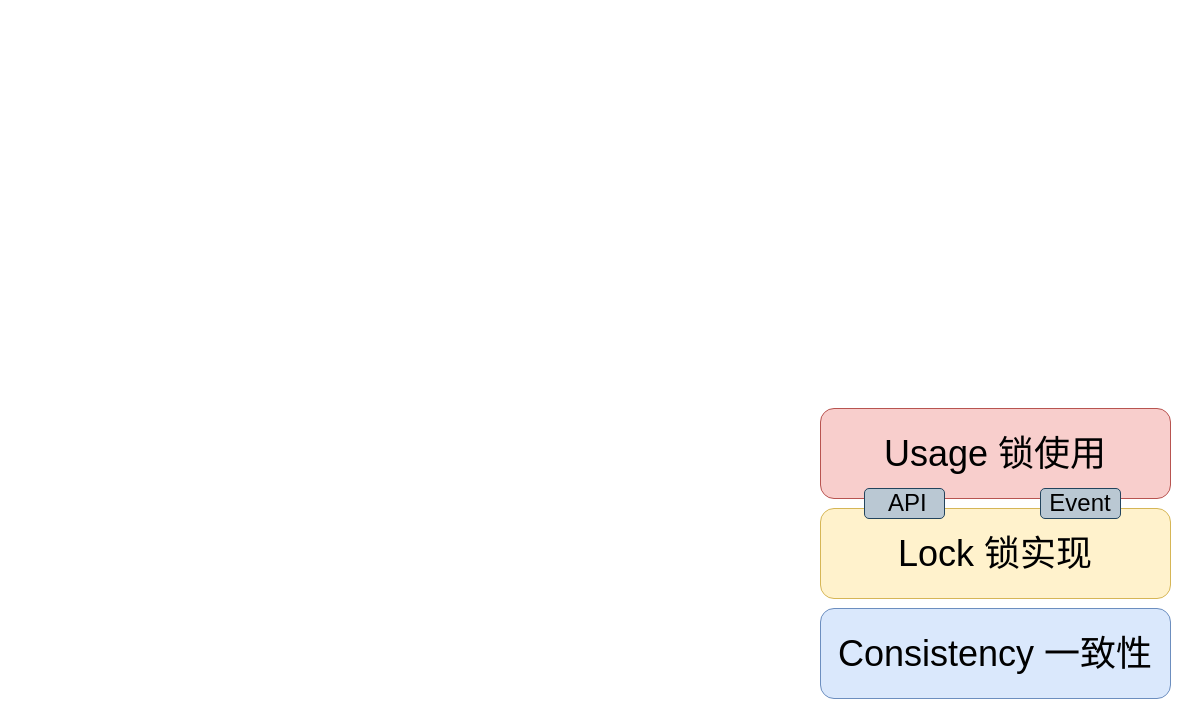
The draw.io diagram tmp/test.drawio in Eric-Blank/Intern, before the edit. Source tidied: cells renumbered, new cells numbered last; positions are measured from the earlier drawing's top-left corner, leaving out a move shared by most shapes. Both pictures are drawn from the tidied source at 100%, with x=0, y=0 at pixel (820, 408).
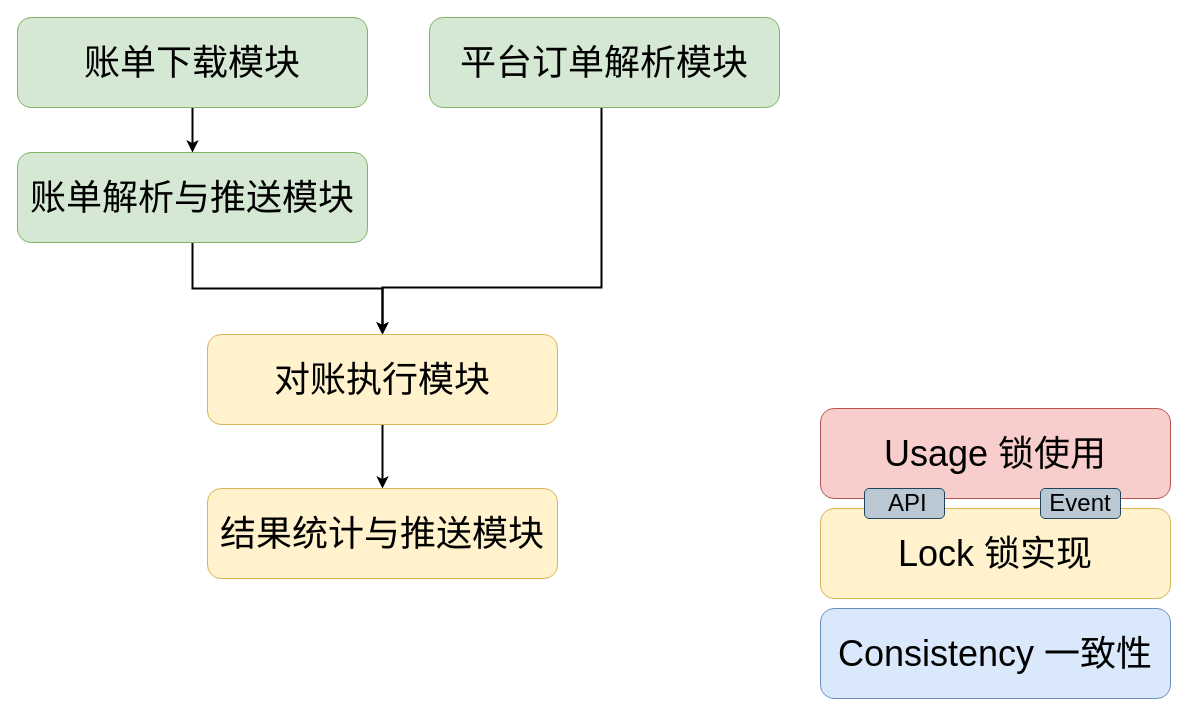
After the change.

Change to the diagram source:
```diff
@@
 <mxGraphModel>
   <root>
     <mxCell id="0" />
     <mxCell id="1" parent="0" />
     <mxCell id="2" value="&lt;font style=&quot;font-size: 36px;&quot;&gt;Consistency 一致性&lt;/font&gt;" style="rounded=1;whiteSpace=wrap;html=1;fillColor=#dae8fc;strokeColor=#6c8ebf;" parent="1" vertex="1">
       <mxGeometry y="200" width="350" height="90" as="geometry" />
     </mxCell>
     <mxCell id="3" value="&lt;font style=&quot;font-size: 36px;&quot;&gt;Lock 锁实现&lt;/font&gt;" style="rounded=1;whiteSpace=wrap;html=1;fillColor=#fff2cc;strokeColor=#d6b656;" parent="1" vertex="1">
       <mxGeometry y="100" width="350" height="90" as="geometry" />
     </mxCell>
     <mxCell id="4" value="&lt;span style=&quot;font-size: 36px;&quot;&gt;Usage 锁使用&lt;/span&gt;" style="rounded=1;whiteSpace=wrap;html=1;fillColor=#f8cecc;strokeColor=#b85450;" parent="1" vertex="1">
       <mxGeometry width="350" height="90" as="geometry" />
     </mxCell>
     <mxCell id="5" value="&lt;font style=&quot;font-size: 24px;&quot;&gt;&amp;nbsp;API&lt;/font&gt;" style="rounded=1;whiteSpace=wrap;html=1;fillColor=#bac8d3;strokeColor=#23445d;align=center;" parent="1" vertex="1">
       <mxGeometry x="44" y="80" width="80" height="30" as="geometry" />
     </mxCell>
     <mxCell id="6" value="&lt;font style=&quot;font-size: 24px;&quot;&gt;Event&lt;/font&gt;" style="rounded=1;whiteSpace=wrap;html=1;fillColor=#bac8d3;strokeColor=#23445d;align=center;" parent="1" vertex="1">
       <mxGeometry x="220" y="80" width="80" height="30" as="geometry" />
     </mxCell>
+    <mxCell id="7" style="edgeStyle=orthogonalEdgeStyle;rounded=0;jettySize=auto;html=1;entryX=0.5;entryY=0;entryDx=0;entryDy=0;jumpSize=10;strokeWidth=2;" parent="1" edge="1" source="8" target="12">
+      <mxGeometry relative="1" as="geometry" />
+    </mxCell>
+    <mxCell id="8" value="&lt;span style=&quot;font-size: 36px;&quot;&gt;账单下载模块&lt;/span&gt;" style="rounded=1;whiteSpace=wrap;html=1;fillColor=#d5e8d4;strokeColor=#82b366;" parent="1" vertex="1">
+      <mxGeometry x="-803" y="-391" width="350" height="90" as="geometry" />
+    </mxCell>
+    <mxCell id="9" style="edgeStyle=orthogonalEdgeStyle;rounded=0;jettySize=auto;html=1;entryX=0.5;entryY=0;entryDx=0;entryDy=0;strokeWidth=2;" parent="1" edge="1" source="10" target="14">
+      <mxGeometry relative="1" as="geometry">
+        <Array as="points">
+          <mxPoint x="-219" y="-121" />
+          <mxPoint x="-438" y="-121" />
+        </Array>
+      </mxGeometry>
+    </mxCell>
+    <mxCell id="10" value="&lt;span style=&quot;font-size: 36px;&quot;&gt;平台订单解析模块&lt;/span&gt;" style="rounded=1;whiteSpace=wrap;html=1;fillColor=#d5e8d4;strokeColor=#82b366;" parent="1" vertex="1">
+      <mxGeometry x="-391" y="-391" width="350" height="90" as="geometry" />
+    </mxCell>
+    <mxCell id="11" style="edgeStyle=orthogonalEdgeStyle;rounded=0;jettySize=auto;html=1;strokeWidth=2;" parent="1" edge="1" source="12" target="14">
+      <mxGeometry relative="1" as="geometry" />
+    </mxCell>
+    <mxCell id="12" value="&lt;span style=&quot;font-size: 36px;&quot;&gt;账单解析与推送模块&lt;/span&gt;" style="rounded=1;whiteSpace=wrap;html=1;fillColor=#d5e8d4;strokeColor=#82b366;" parent="1" vertex="1">
+      <mxGeometry x="-803" y="-256" width="350" height="90" as="geometry" />
+    </mxCell>
+    <mxCell id="13" style="edgeStyle=orthogonalEdgeStyle;rounded=0;jettySize=auto;html=1;entryX=0.5;entryY=0;entryDx=0;entryDy=0;strokeWidth=2;" parent="1" edge="1" source="14" target="15">
+      <mxGeometry relative="1" as="geometry" />
+    </mxCell>
+    <mxCell id="14" value="&lt;font style=&quot;font-size: 36px;&quot;&gt;对账执行模块&lt;/font&gt;" style="rounded=1;whiteSpace=wrap;html=1;fillColor=#fff2cc;strokeColor=#d6b656;" parent="1" vertex="1">
+      <mxGeometry x="-613" y="-74" width="350" height="90" as="geometry" />
+    </mxCell>
+    <mxCell id="15" value="&lt;font style=&quot;font-size: 36px;&quot;&gt;结果统计与推送模块&lt;/font&gt;" style="rounded=1;whiteSpace=wrap;html=1;fillColor=#fff2cc;strokeColor=#d6b656;" parent="1" vertex="1">
+      <mxGeometry x="-613" y="80" width="350" height="90" as="geometry" />
+    </mxCell>
   </root>
 </mxGraphModel>
```
